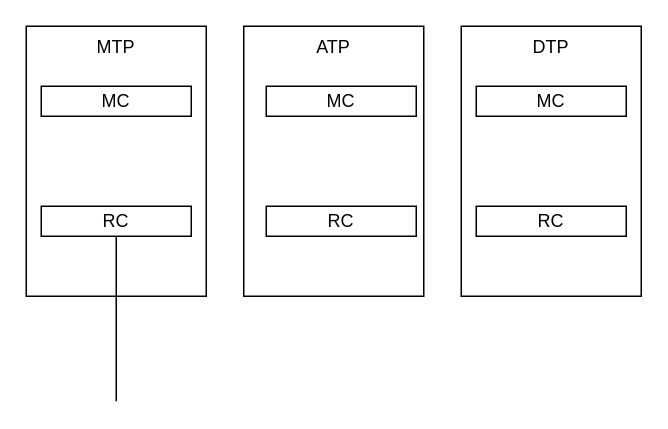
This is Untitled Diagram.drawio from gotrade/gotrade, a draw.io file, before an edit. Source tidied: cells renumbered, new cells numbered last; positions are measured from the earlier drawing's top-left corner, leaving out a move shared by most shapes. Both pictures are drawn from the tidied source at 150%, with x=0, y=0 at pixel (26, 26).
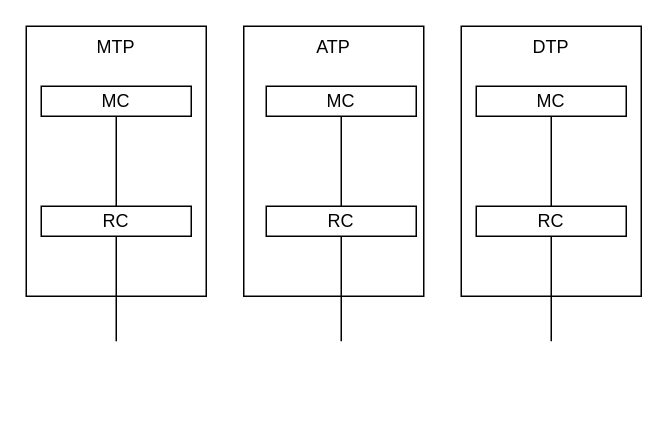
The same page after the edit.

Change to the diagram source:
```diff
@@
 <mxGraphModel>
   <root>
     <mxCell id="0" />
     <mxCell id="1" parent="0" />
     <mxCell id="2" value="ATP" style="rounded=0;whiteSpace=wrap;html=1;verticalAlign=top;" parent="1" vertex="1">
       <mxGeometry x="145" width="120" height="180" as="geometry" />
     </mxCell>
     <mxCell id="3" value="DTP" style="rounded=0;whiteSpace=wrap;html=1;verticalAlign=top;" parent="1" vertex="1">
       <mxGeometry x="290" width="120" height="180" as="geometry" />
     </mxCell>
     <mxCell id="4" value="MTP" style="rounded=0;whiteSpace=wrap;html=1;verticalAlign=top;" parent="1" vertex="1">
       <mxGeometry width="120" height="180" as="geometry" />
     </mxCell>
     <mxCell id="5" value="MC" style="rounded=0;whiteSpace=wrap;html=1;" parent="1" vertex="1">
       <mxGeometry x="10" y="40" width="100" height="20" as="geometry" />
     </mxCell>
     <mxCell id="6" style="edgeStyle=orthogonalEdgeStyle;rounded=0;jettySize=auto;html=1;endArrow=none;endFill=0;" parent="1" edge="1" source="7">
       <mxGeometry relative="1" as="geometry">
-        <mxPoint x="60" y="250" as="targetPoint" />
+        <mxPoint x="60" y="210" as="targetPoint" />
       </mxGeometry>
     </mxCell>
+    <mxCell id="12" style="edgeStyle=orthogonalEdgeStyle;rounded=0;jettySize=auto;html=1;entryX=0.5;entryY=1;entryDx=0;entryDy=0;endArrow=none;endFill=0;" parent="1" edge="1" source="7" target="5">
+      <mxGeometry relative="1" as="geometry" />
+    </mxCell>
     <mxCell id="7" value="RC" style="rounded=0;whiteSpace=wrap;html=1;" parent="1" vertex="1">
       <mxGeometry x="10" y="120" width="100" height="20" as="geometry" />
     </mxCell>
     <mxCell id="8" value="MC" style="rounded=0;whiteSpace=wrap;html=1;" parent="1" vertex="1">
       <mxGeometry x="160" y="40" width="100" height="20" as="geometry" />
     </mxCell>
+    <mxCell id="13" style="edgeStyle=orthogonalEdgeStyle;rounded=0;jettySize=auto;html=1;exitX=0.5;exitY=1;exitDx=0;exitDy=0;endArrow=none;endFill=0;" parent="1" edge="1" source="9">
+      <mxGeometry relative="1" as="geometry">
+        <mxPoint x="210" y="210" as="targetPoint" />
+      </mxGeometry>
+    </mxCell>
+    <mxCell id="14" style="edgeStyle=orthogonalEdgeStyle;rounded=0;jettySize=auto;html=1;entryX=0.5;entryY=1;entryDx=0;entryDy=0;endArrow=none;endFill=0;" parent="1" edge="1" source="9" target="8">
+      <mxGeometry relative="1" as="geometry" />
+    </mxCell>
     <mxCell id="9" value="RC" style="rounded=0;whiteSpace=wrap;html=1;" parent="1" vertex="1">
       <mxGeometry x="160" y="120" width="100" height="20" as="geometry" />
     </mxCell>
     <mxCell id="10" value="MC" style="rounded=0;whiteSpace=wrap;html=1;" parent="1" vertex="1">
       <mxGeometry x="300" y="40" width="100" height="20" as="geometry" />
     </mxCell>
+    <mxCell id="15" style="edgeStyle=orthogonalEdgeStyle;rounded=0;jettySize=auto;html=1;endArrow=none;endFill=0;" parent="1" edge="1" source="11">
+      <mxGeometry relative="1" as="geometry">
+        <mxPoint x="350" y="210" as="targetPoint" />
+      </mxGeometry>
+    </mxCell>
+    <mxCell id="16" style="edgeStyle=orthogonalEdgeStyle;rounded=0;jettySize=auto;html=1;entryX=0.5;entryY=1;entryDx=0;entryDy=0;endArrow=none;endFill=0;" parent="1" edge="1" source="11" target="10">
+      <mxGeometry relative="1" as="geometry" />
+    </mxCell>
     <mxCell id="11" value="RC" style="rounded=0;whiteSpace=wrap;html=1;" parent="1" vertex="1">
       <mxGeometry x="300" y="120" width="100" height="20" as="geometry" />
     </mxCell>
   </root>
 </mxGraphModel>
```
